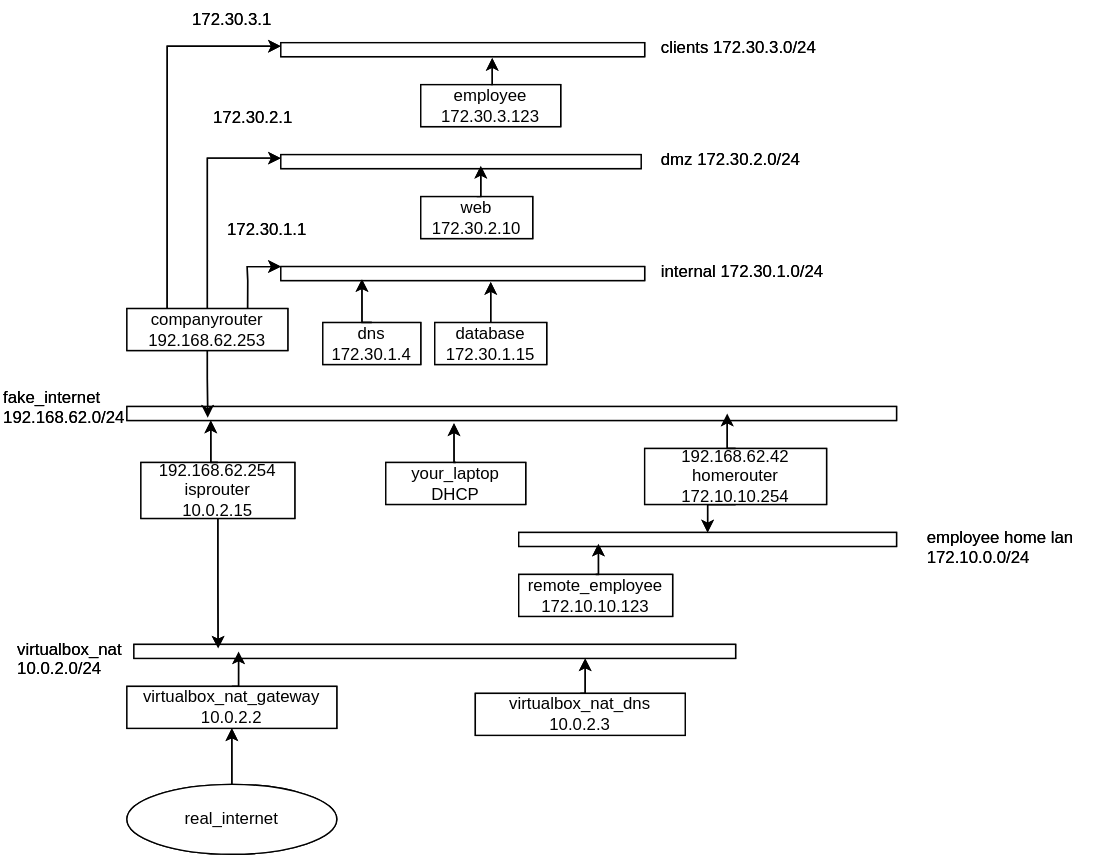
Before: notes/netwerkschema/diagram.drawio.svg, a diagram exported from draw.io (Tuurkevg/cybersecurity-advanced). Source tidied: cells renumbered, new cells last; positions are measured from the earlier drawing's top-left corner, leaving out a move shared by most shapes.
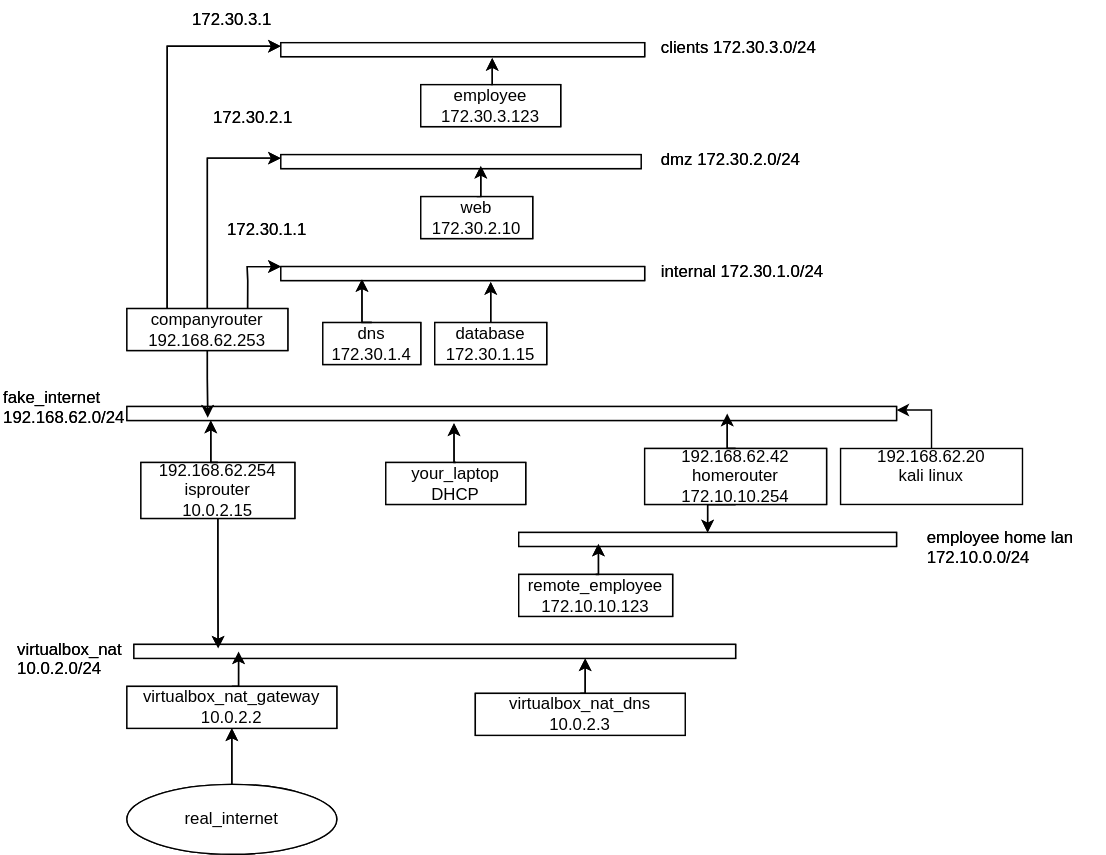
After the change.

Commit message:
adding kali linux client to network diagram

What changed in the source:
```diff
@@ -284,5 +284,11 @@
     <mxCell id="91" value="172.30.3.1" style="text;html=1;" parent="1" vertex="1">
       <mxGeometry x="135" width="60" height="30" as="geometry" />
     </mxCell>
+    <mxCell id="92" style="edgeStyle=orthogonalEdgeStyle;rounded=0;jettySize=auto;html=1;entryX=1;entryY=0.25;entryDx=0;entryDy=0;" parent="1" edge="1" source="93" target="74">
+      <mxGeometry relative="1" as="geometry" />
+    </mxCell>
+    <mxCell id="93" value="&lt;div&gt;192.168.62.20&lt;/div&gt;&lt;div&gt;kali linux&lt;br&gt;&lt;/div&gt;&lt;div&gt;&lt;br&gt;&lt;/div&gt;" style="rounded=0;whiteSpace=wrap;html=1;" parent="1" vertex="1">
+      <mxGeometry x="600" y="320" width="130" height="40" as="geometry" />
+    </mxCell>
   </root>
 </mxGraphModel>
```
